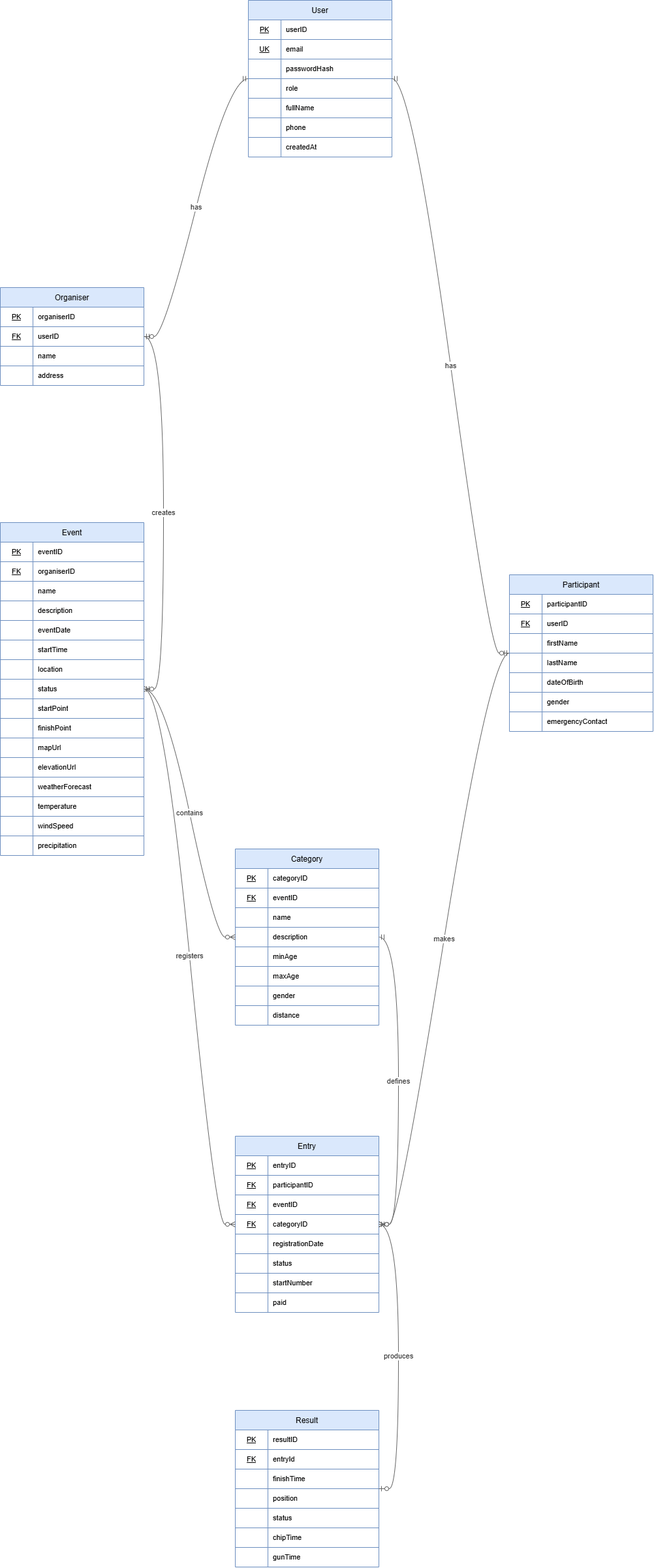
The draw.io diagram docs/RaceDayERD.png in mdkmotsuenyane/RaceDay, before a commit. Source tidied: cells renumbered, new cells last; positions are measured from the earlier drawing's top-left corner, leaving out a move shared by most shapes.
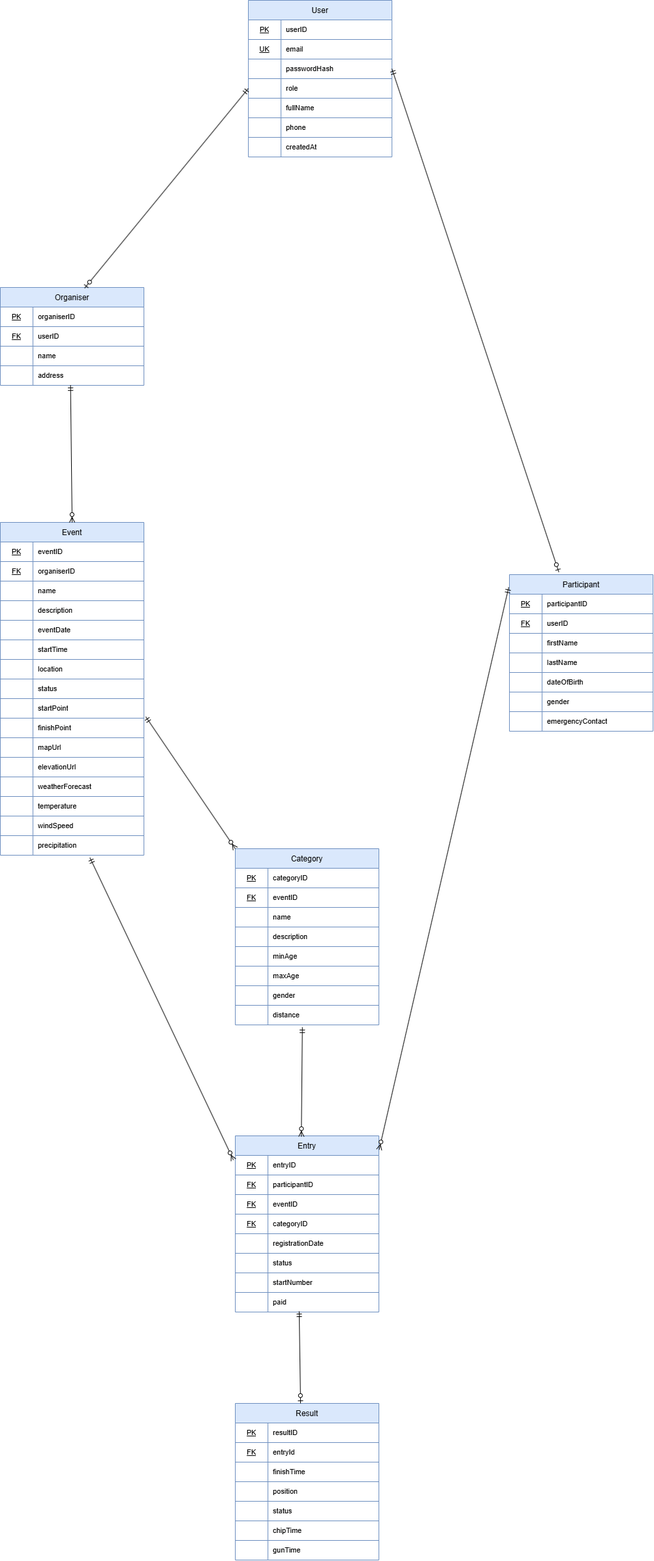
After the commit.

Change to the diagram source:
```diff
@@ -471,7 +471,7 @@
       <mxGeometry x="50" width="170" height="30" as="geometry" />
     </mxCell>
     <mxCell id="158" value="Result" style="shape=table;startSize=30;fillColor=#dae8fc;strokeColor=#6c8ebf;" parent="1" vertex="1">
-      <mxGeometry x="360" y="2160" width="220" height="240" as="geometry" />
+      <mxGeometry x="360" y="2150" width="220" height="240" as="geometry" />
     </mxCell>
     <mxCell id="159" style="shape=tableRow;horizontal=0;startSize=0;swimlaneHead=0;swimlaneBody=0;strokeColor=inherit;top=0;left=0;bottom=0;right=0;fillColor=none;" parent="158" vertex="1">
       <mxGeometry y="30" width="220" height="30" as="geometry" />
@@ -536,31 +536,31 @@
     <mxCell id="179" value="gunTime" style="shape=partialRectangle;html=1;whiteSpace=wrap;fillColor=none;top=0;left=0;bottom=0;right=0;overflow=hidden;fontSize=11;spacingLeft=6;align=left;" parent="177" vertex="1">
       <mxGeometry x="50" width="170" height="30" as="geometry" />
     </mxCell>
-    <mxCell id="180" value="has" style="edgeStyle=entityRelationEdgeStyle;fontSize=11;html=1;startArrow=ERmandOne;startFill=0;endArrow=ERzeroToOne;endFill=0;rounded=0;curved=1;strokeColor=#666666;fontColor=#333333;labelBackgroundColor=#ffffff;" parent="1" edge="1" source="2" target="24">
-      <mxGeometry relative="1" as="geometry" />
-    </mxCell>
-    <mxCell id="181" value="has" style="edgeStyle=entityRelationEdgeStyle;fontSize=11;html=1;startArrow=ERmandOne;startFill=0;endArrow=ERzeroToOne;endFill=0;rounded=0;curved=1;strokeColor=#666666;fontColor=#333333;labelBackgroundColor=#ffffff;" parent="1" edge="1" source="2" target="37">
-      <mxGeometry relative="1" as="geometry">
-        <mxPoint y="-1" as="offset" />
-      </mxGeometry>
-    </mxCell>
-    <mxCell id="182" value="creates" style="edgeStyle=entityRelationEdgeStyle;fontSize=11;html=1;startArrow=ERmandOne;startFill=0;endArrow=ERzeroToMany;endFill=0;rounded=0;curved=1;strokeColor=#666666;fontColor=#333333;labelBackgroundColor=#ffffff;" parent="1" edge="1" source="24" target="59">
-      <mxGeometry relative="1" as="geometry" />
-    </mxCell>
-    <mxCell id="183" value="contains" style="edgeStyle=entityRelationEdgeStyle;fontSize=11;html=1;startArrow=ERmandOne;startFill=0;endArrow=ERzeroToMany;endFill=0;rounded=0;curved=1;strokeColor=#666666;fontColor=#333333;labelBackgroundColor=#ffffff;" parent="1" edge="1" source="59" target="108">
-      <mxGeometry relative="1" as="geometry" />
-    </mxCell>
-    <mxCell id="184" value="registers" style="edgeStyle=entityRelationEdgeStyle;fontSize=11;html=1;startArrow=ERmandOne;startFill=0;endArrow=ERzeroToMany;endFill=0;rounded=0;curved=1;strokeColor=#666666;fontColor=#333333;labelBackgroundColor=#ffffff;" parent="1" edge="1" source="59" target="133">
-      <mxGeometry relative="1" as="geometry" />
-    </mxCell>
-    <mxCell id="185" value="defines" style="edgeStyle=entityRelationEdgeStyle;fontSize=11;html=1;startArrow=ERmandOne;startFill=0;endArrow=ERzeroToMany;endFill=0;rounded=0;curved=1;strokeColor=#666666;fontColor=#333333;labelBackgroundColor=#ffffff;" parent="1" edge="1" source="108" target="133">
-      <mxGeometry relative="1" as="geometry" />
-    </mxCell>
+    <mxCell id="188" style="fontSize=12;html=1;endArrow=ERzeroToOne;startArrow=ERmandOne;rounded=0;exitX=1;exitY=0.5;exitDx=0;exitDy=0;entryX=0.344;entryY=-0.016;entryDx=0;entryDy=0;entryPerimeter=0;" parent="1" edge="1" source="9" target="37">
+      <mxGeometry relative="1" as="geometry" />
+    </mxCell>
+    <mxCell id="189" style="fontSize=12;html=1;endArrow=ERzeroToOne;startArrow=ERmandOne;rounded=0;exitX=0.445;exitY=0.967;exitDx=0;exitDy=0;exitPerimeter=0;" parent="1" edge="1" source="155">
+      <mxGeometry relative="1" as="geometry">
+        <mxPoint x="460" y="2150" as="targetPoint" />
+      </mxGeometry>
+    </mxCell>
+    <mxCell id="190" style="fontSize=12;html=1;endArrow=ERzeroToOne;startArrow=ERmandOne;rounded=0;exitX=0;exitY=0.5;exitDx=0;exitDy=0;entryX=0.587;entryY=0.007;entryDx=0;entryDy=0;entryPerimeter=0;" parent="1" edge="1" source="12" target="24">
+      <mxGeometry relative="1" as="geometry" />
+    </mxCell>
+    <mxCell id="191" style="fontSize=12;html=1;endArrow=ERzeroToMany;startArrow=ERmandOne;rounded=0;exitX=0.489;exitY=0.993;exitDx=0;exitDy=0;exitPerimeter=0;entryX=0.5;entryY=0;entryDx=0;entryDy=0;" parent="1" edge="1" source="34" target="59">
+      <mxGeometry relative="1" as="geometry" />
+    </mxCell>
+    <mxCell id="192" style="fontSize=12;html=1;endArrow=ERzeroToMany;startArrow=ERmandOne;rounded=0;entryX=-0.013;entryY=0.233;entryDx=0;entryDy=0;entryPerimeter=0;exitX=0.624;exitY=1.127;exitDx=0;exitDy=0;exitPerimeter=0;" parent="1" edge="1" source="105" target="134">
+      <mxGeometry relative="1" as="geometry" />
+    </mxCell>
-    <mxCell id="186" value="makes" style="edgeStyle=entityRelationEdgeStyle;fontSize=11;html=1;startArrow=ERmandOne;startFill=0;endArrow=ERzeroToMany;endFill=0;rounded=0;curved=1;strokeColor=#666666;fontColor=#333333;labelBackgroundColor=#ffffff;" parent="1" edge="1" source="37" target="133">
+    <mxCell id="186" style="fontSize=12;html=1;endArrow=ERzeroToMany;startArrow=ERmandOne;rounded=0;entryX=1.002;entryY=0.078;entryDx=0;entryDy=0;entryPerimeter=0;exitX=-0.005;exitY=0.081;exitDx=0;exitDy=0;exitPerimeter=0;" parent="1" edge="1" source="37" target="133">
       <mxGeometry relative="1" as="geometry" />
     </mxCell>
-    <mxCell id="187" value="produces" style="edgeStyle=entityRelationEdgeStyle;fontSize=11;html=1;startArrow=ERmandOne;startFill=0;endArrow=ERzeroToOne;endFill=0;rounded=0;curved=1;strokeColor=#666666;fontColor=#333333;labelBackgroundColor=#ffffff;" parent="1" edge="1" source="133" target="158">
-      <mxGeometry relative="1" as="geometry" />
-    </mxCell>
+    <mxCell id="193" style="fontSize=12;html=1;endArrow=ERzeroToMany;startArrow=ERmandOne;rounded=0;exitX=0.467;exitY=1.127;exitDx=0;exitDy=0;exitPerimeter=0;entryX=0.46;entryY=0.004;entryDx=0;entryDy=0;entryPerimeter=0;" parent="1" edge="1" source="130" target="133">
+      <mxGeometry relative="1" as="geometry" />
+    </mxCell>
+    <mxCell id="194" style="fontSize=12;html=1;endArrow=ERzeroToMany;startArrow=ERmandOne;rounded=0;exitX=1.013;exitY=-0.073;exitDx=0;exitDy=0;exitPerimeter=0;entryX=0;entryY=0;entryDx=0;entryDy=0;" parent="1" edge="1" source="87" target="108">
+      <mxGeometry relative="1" as="geometry" />
+    </mxCell>
   </root>
 </mxGraphModel>
```
